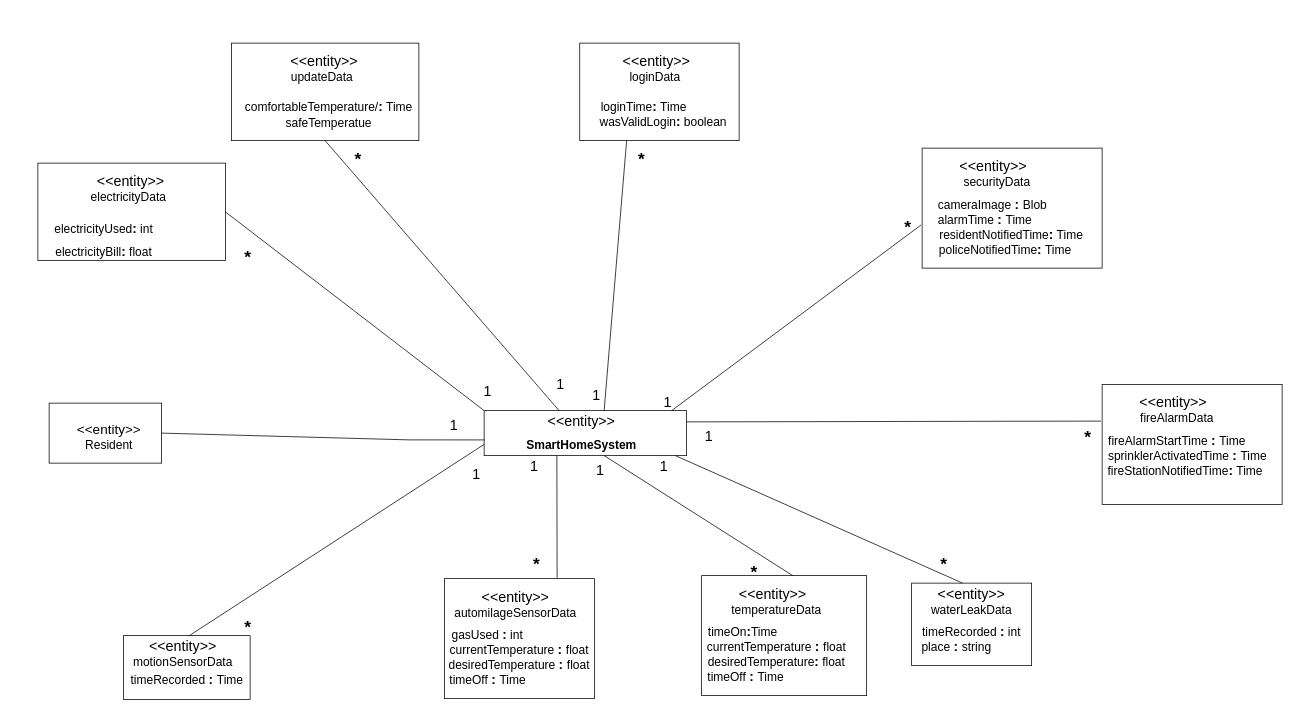
emmanuel-george/TestProject keeps this draw.io diagram as entity.drawio. Above is the earlier version. Source tidied: cells renumbered, new cells numbered last; positions are measured from the earlier drawing's top-left corner, leaving out a move shared by most shapes. Both pictures are drawn from the tidied source at 75%, with x=0, y=0 at pixel (28, 43).
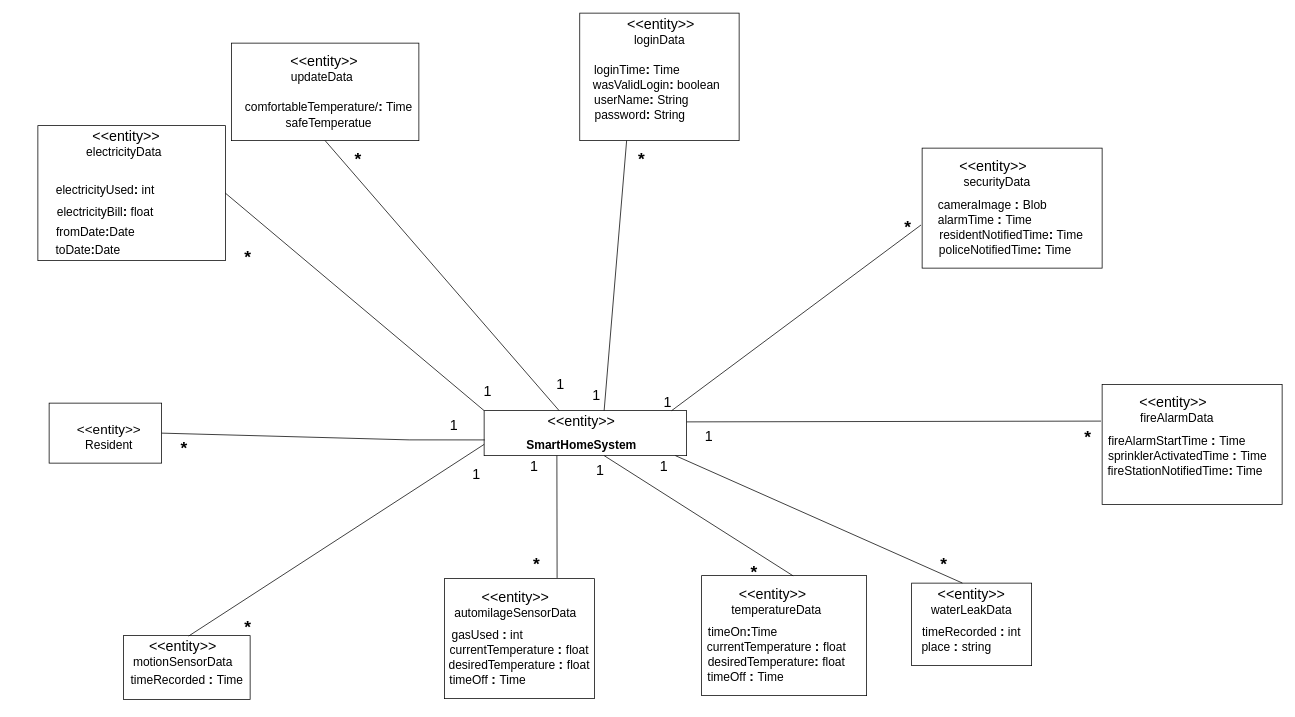
After the change.

What changed in the source:
```diff
@@
     <mxCell id="55" style="rounded=0;whiteSpace=wrap;html=1;" parent="1" vertex="1">
-      <mxGeometry x="734.5" width="212.5" height="130" as="geometry" />
+      <mxGeometry x="734.5" y="-40" width="212.5" height="170" as="geometry" />
     </mxCell>
     <mxCell id="56" value="&amp;lt;&amp;lt;entity&amp;gt;&amp;gt;" style="text;html=1;strokeColor=none;fillColor=none;align=center;verticalAlign=middle;whiteSpace=wrap;rounded=0;fontSize=19;" parent="1" vertex="1">
-      <mxGeometry x="822" y="10" width="30" height="30" as="geometry" />
+      <mxGeometry x="828.2" y="-40" width="30" height="30" as="geometry" />
     </mxCell>
     <mxCell id="57" value="loginData" style="text;html=1;strokeColor=none;fillColor=none;align=center;verticalAlign=middle;whiteSpace=wrap;rounded=0;fontSize=16;" parent="1" vertex="1">
-      <mxGeometry x="804.5" y="30" width="60" height="30" as="geometry" />
+      <mxGeometry x="810.8" y="-20" width="60" height="30" as="geometry" />
     </mxCell>
     <mxCell id="58" value="&lt;font&gt;loginTime&lt;/font&gt;&lt;font style=&quot;font-weight: bold ; font-size: 18px&quot;&gt;:&lt;/font&gt;&amp;nbsp;Time" style="text;html=1;strokeColor=none;fillColor=none;align=center;verticalAlign=middle;whiteSpace=wrap;rounded=0;fontSize=16;" parent="1" vertex="1">
-      <mxGeometry x="719.5" y="70" width="200" height="30" as="geometry" />
+      <mxGeometry x="711" y="20" width="200" height="30" as="geometry" />
     </mxCell>
     <mxCell id="59" value="&lt;font&gt;wasValidLogin&lt;/font&gt;&lt;font style=&quot;font-weight: bold ; font-size: 18px&quot;&gt;:&lt;/font&gt;&amp;nbsp;boolean" style="text;html=1;strokeColor=none;fillColor=none;align=center;verticalAlign=middle;whiteSpace=wrap;rounded=0;fontSize=16;" parent="1" vertex="1">
-      <mxGeometry x="745.5" y="90" width="200" height="30" as="geometry" />
+      <mxGeometry x="737" y="40" width="200" height="30" as="geometry" />
     </mxCell>
@@
     <mxCell id="66" style="rounded=0;whiteSpace=wrap;html=1;" parent="1" vertex="1">
-      <mxGeometry x="12" y="160" width="250" height="130" as="geometry" />
+      <mxGeometry x="12" y="110" width="250" height="180" as="geometry" />
     </mxCell>
     <mxCell id="67" value="&amp;lt;&amp;lt;entity&amp;gt;&amp;gt;" style="text;html=1;strokeColor=none;fillColor=none;align=center;verticalAlign=middle;whiteSpace=wrap;rounded=0;fontSize=19;" parent="1" vertex="1">
-      <mxGeometry x="120.8" y="170" width="30" height="30" as="geometry" />
+      <mxGeometry x="114.5" y="110" width="30" height="30" as="geometry" />
     </mxCell>
     <mxCell id="68" value="electricityData" style="text;html=1;strokeColor=none;fillColor=none;align=center;verticalAlign=middle;whiteSpace=wrap;rounded=0;fontSize=16;" parent="1" vertex="1">
-      <mxGeometry x="103.2" y="190" width="60" height="30" as="geometry" />
+      <mxGeometry x="97" y="130" width="60" height="30" as="geometry" />
     </mxCell>
     <mxCell id="69" value="&lt;font&gt;electricityUsed&lt;/font&gt;&lt;font style=&quot;font-weight: bold ; font-size: 18px&quot;&gt;:&lt;/font&gt;&amp;nbsp;int&lt;br&gt;" style="text;html=1;strokeColor=none;fillColor=none;align=center;verticalAlign=middle;whiteSpace=wrap;rounded=0;fontSize=16;" parent="1" vertex="1">
-      <mxGeometry y="233" width="200" height="30" as="geometry" />
+      <mxGeometry x="2" y="180" width="200" height="30" as="geometry" />
     </mxCell>
     <mxCell id="70" value="&lt;font&gt;electricityBill&lt;/font&gt;&lt;font style=&quot;font-weight: bold ; font-size: 18px&quot;&gt;:&lt;/font&gt;&amp;nbsp;float" style="text;html=1;strokeColor=none;fillColor=none;align=center;verticalAlign=middle;whiteSpace=wrap;rounded=0;fontSize=16;" parent="1" vertex="1">
-      <mxGeometry y="263" width="200" height="30" as="geometry" />
+      <mxGeometry x="2" y="210" width="200" height="30" as="geometry" />
     </mxCell>
@@
+    <mxCell id="87" value="&lt;font&gt;userName&lt;/font&gt;&lt;font style=&quot;font-weight: bold ; font-size: 18px&quot;&gt;:&lt;/font&gt;&amp;nbsp;String" style="text;html=1;strokeColor=none;fillColor=none;align=center;verticalAlign=middle;whiteSpace=wrap;rounded=0;fontSize=16;" parent="1" vertex="1">
+      <mxGeometry x="717" y="60" width="200" height="30" as="geometry" />
+    </mxCell>
+    <mxCell id="88" value="&lt;font&gt;password&lt;/font&gt;&lt;font style=&quot;font-weight: bold ; font-size: 18px&quot;&gt;:&lt;/font&gt;&amp;nbsp;String" style="text;html=1;strokeColor=none;fillColor=none;align=center;verticalAlign=middle;whiteSpace=wrap;rounded=0;fontSize=16;" parent="1" vertex="1">
+      <mxGeometry x="715" y="80" width="200" height="30" as="geometry" />
+    </mxCell>
+    <mxCell id="89" value="fromDate&lt;b&gt;:&lt;/b&gt;Date" style="text;html=1;strokeColor=none;fillColor=none;align=center;verticalAlign=middle;whiteSpace=wrap;rounded=0;fontSize=16;" parent="1" vertex="1">
+      <mxGeometry x="-11" y="237" width="200" height="30" as="geometry" />
+    </mxCell>
+    <mxCell id="90" value="toDate&lt;b&gt;:&lt;/b&gt;Date" style="text;html=1;strokeColor=none;fillColor=none;align=center;verticalAlign=middle;whiteSpace=wrap;rounded=0;fontSize=16;" parent="1" vertex="1">
+      <mxGeometry x="-21" y="260" width="200" height="30" as="geometry" />
+    </mxCell>
+    <mxCell id="91" value="&lt;span style=&quot;font-size: 23px ; font-weight: 700&quot;&gt;*&lt;/span&gt;" style="text;html=1;strokeColor=none;fillColor=none;align=center;verticalAlign=middle;whiteSpace=wrap;rounded=0;fontSize=19;" parent="1" vertex="1">
+      <mxGeometry x="177" y="525" width="60" height="30" as="geometry" />
+    </mxCell>
```
